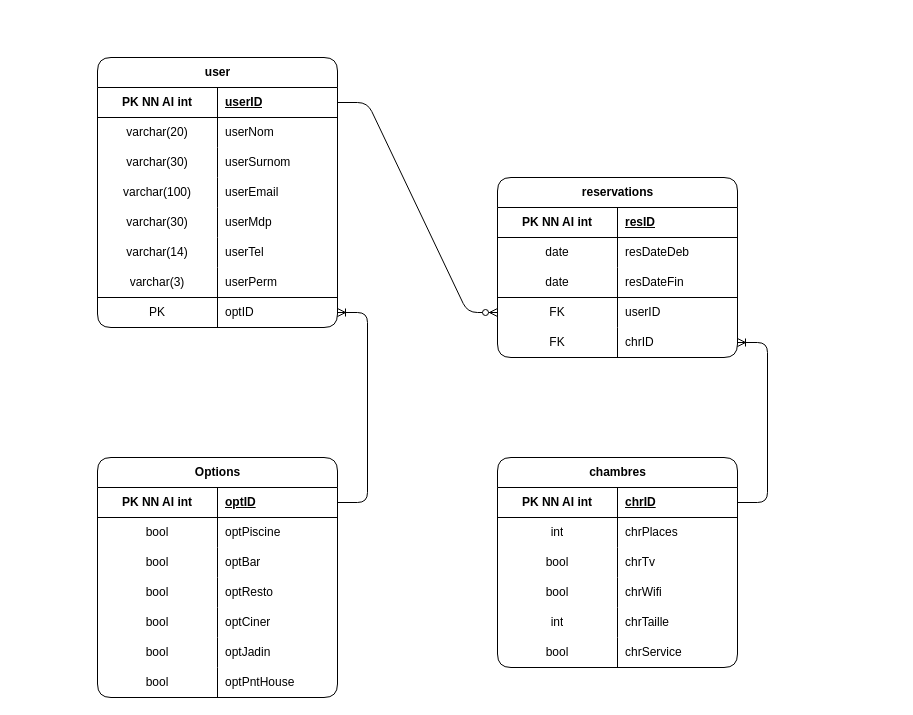
Earlier version of the draw.io diagram page "mld" (2 of 2) of config/bddMorningStar.drawio (Trex2007/morningStar). Source tidied: cells renumbered, new cells numbered last; positions are measured from the earlier drawing's top-left corner, leaving out a move shared by most shapes. Both pictures are drawn from the tidied source at 100%, with x=0, y=0 at pixel (97, 57).
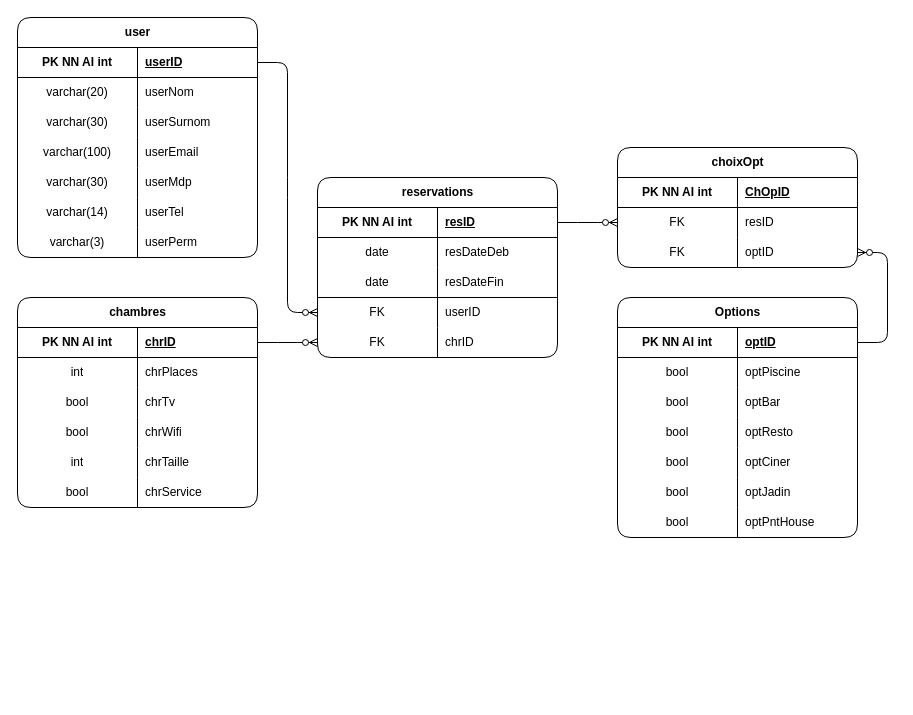
The same diagram, later.

Unchanged cells that the change refers to:
```xml
<mxCell id="3" style="shape=tableRow;horizontal=0;startSize=0;swimlaneHead=0;swimlaneBody=0;fillColor=none;points=[[0,0.5],[1,0.5]];portConstraint=eastwest;top=0;left=0;right=0;bottom=1;labelBackgroundColor=none;rounded=1;" parent="2" vertex="1">
  <mxGeometry y="30" width="240" height="30" as="geometry" />
</mxCell>
<mxCell id="28" style="shape=tableRow;horizontal=0;startSize=0;swimlaneHead=0;swimlaneBody=0;fillColor=none;points=[[0,0.5],[1,0.5]];portConstraint=eastwest;top=0;left=0;right=0;bottom=1;labelBackgroundColor=none;rounded=1;" parent="27" vertex="1">
  <mxGeometry y="30" width="240" height="30" as="geometry" />
</mxCell>
<mxCell id="37" style="shape=tableRow;horizontal=0;startSize=0;swimlaneHead=0;swimlaneBody=0;fillColor=none;points=[[0,0.5],[1,0.5]];portConstraint=eastwest;top=1;left=0;right=0;bottom=0;labelBackgroundColor=none;rounded=1;" parent="27" vertex="1">
  <mxGeometry y="120" width="240" height="30" as="geometry" />
</mxCell>
<mxCell id="40" style="shape=tableRow;horizontal=0;startSize=0;swimlaneHead=0;swimlaneBody=0;fillColor=none;points=[[0,0.5],[1,0.5]];portConstraint=eastwest;top=0;left=0;right=0;bottom=0;labelBackgroundColor=none;rounded=1;" parent="27" vertex="1">
  <mxGeometry y="150" width="240" height="30" as="geometry" />
</mxCell>
<mxCell id="44" style="shape=tableRow;horizontal=0;startSize=0;swimlaneHead=0;swimlaneBody=0;fillColor=none;points=[[0,0.5],[1,0.5]];portConstraint=eastwest;top=0;left=0;right=0;bottom=1;labelBackgroundColor=none;rounded=1;" parent="43" vertex="1">
  <mxGeometry y="30" width="240" height="30" as="geometry" />
</mxCell>
<mxCell id="63" style="shape=tableRow;horizontal=0;startSize=0;swimlaneHead=0;swimlaneBody=0;fillColor=none;points=[[0,0.5],[1,0.5]];portConstraint=eastwest;top=0;left=0;right=0;bottom=1;labelBackgroundColor=none;rounded=1;" parent="62" vertex="1">
  <mxGeometry y="30" width="240" height="30" as="geometry" />
</mxCell>
```

The edit, as a diff of the source:
```diff
@@
     <mxCell id="2" value="user" style="shape=table;startSize=30;childLayout=tableLayout;rowLines=0;fontStyle=1;align=center;html=1;labelBackgroundColor=none;rounded=1;" parent="1" vertex="1">
-      <mxGeometry width="240" height="270" as="geometry" />
+      <mxGeometry x="-80" y="-40" width="240" height="240" as="geometry" />
     </mxCell>
@@
-    <mxCell id="24" style="shape=tableRow;horizontal=0;startSize=0;swimlaneHead=0;swimlaneBody=0;fillColor=none;points=[[0,0.5],[1,0.5]];portConstraint=eastwest;top=1;left=0;right=0;bottom=0;labelBackgroundColor=none;rounded=1;swimlaneFillColor=none;" parent="2" vertex="1">
-      <mxGeometry y="240" width="240" height="30" as="geometry" />
-    </mxCell>
-    <mxCell id="25" value="PK" style="shape=partialRectangle;fillColor=none;top=0;left=0;bottom=0;right=0;overflow=hidden;whiteSpace=wrap;html=1;labelBackgroundColor=none;rounded=1;" parent="24" vertex="1">
-      <mxGeometry width="120" height="30" as="geometry" />
-    </mxCell>
-    <mxCell id="26" value="optID" style="shape=partialRectangle;fillColor=none;top=0;left=0;bottom=0;right=0;align=left;spacingLeft=6;overflow=hidden;whiteSpace=wrap;html=1;labelBackgroundColor=none;rounded=1;" parent="24" vertex="1">
-      <mxGeometry x="120" width="120" height="30" as="geometry" />
-    </mxCell>
     <mxCell id="27" value="reservations" style="shape=table;startSize=30;childLayout=tableLayout;rowLines=0;fontStyle=1;align=center;html=1;labelBackgroundColor=none;rounded=1;" parent="1" vertex="1">
-      <mxGeometry x="400" y="120" width="240" height="180" as="geometry" />
+      <mxGeometry x="220" y="120" width="240" height="180" as="geometry" />
     </mxCell>
@@
     <mxCell id="43" value="chambres" style="shape=table;startSize=30;childLayout=tableLayout;rowLines=0;fontStyle=1;align=center;html=1;labelBackgroundColor=none;rounded=1;" parent="1" vertex="1">
-      <mxGeometry x="400" y="400" width="240" height="210" as="geometry" />
+      <mxGeometry x="-80" y="240" width="240" height="210" as="geometry" />
     </mxCell>
@@
     <mxCell id="62" value="Options" style="shape=table;startSize=30;childLayout=tableLayout;rowLines=0;fontStyle=1;align=center;html=1;labelBackgroundColor=none;rounded=1;" parent="1" vertex="1">
-      <mxGeometry y="400" width="240" height="240" as="geometry" />
+      <mxGeometry x="520" y="240" width="240" height="240" as="geometry" />
     </mxCell>
@@
+    <mxCell id="85" style="edgeStyle=entityRelationEdgeStyle;fontSize=12;html=1;endArrow=ERzeroToMany;endFill=1;rounded=1;" parent="1" edge="1" source="3" target="37">
+      <mxGeometry relative="1" as="geometry" />
+    </mxCell>
+    <mxCell id="87" value="choixOpt" style="shape=table;startSize=30;childLayout=tableLayout;rowLines=0;fontStyle=1;align=center;html=1;labelBackgroundColor=none;rounded=1;" parent="1" vertex="1">
+      <mxGeometry x="520" y="90" width="240" height="120" as="geometry" />
+    </mxCell>
+    <mxCell id="88" style="shape=tableRow;horizontal=0;startSize=0;swimlaneHead=0;swimlaneBody=0;fillColor=none;top=0;left=0;right=0;bottom=1;labelBackgroundColor=none;rounded=1;" parent="87" vertex="1">
+      <mxGeometry y="30" width="240" height="30" as="geometry" />
+    </mxCell>
+    <mxCell id="89" value="PK NN AI int" style="shape=partialRectangle;fillColor=none;top=0;left=0;bottom=0;right=0;fontStyle=1;overflow=hidden;whiteSpace=wrap;html=1;labelBackgroundColor=none;rounded=1;" parent="88" vertex="1">
+      <mxGeometry width="120" height="30" as="geometry" />
+    </mxCell>
+    <mxCell id="90" value="ChOpID" style="shape=partialRectangle;fillColor=none;top=0;left=0;bottom=0;right=0;align=left;spacingLeft=6;fontStyle=5;overflow=hidden;whiteSpace=wrap;html=1;labelBackgroundColor=none;rounded=1;" parent="88" vertex="1">
+      <mxGeometry x="120" width="120" height="30" as="geometry" />
+    </mxCell>
+    <mxCell id="91" style="shape=tableRow;horizontal=0;startSize=0;swimlaneHead=0;swimlaneBody=0;fillColor=none;points=[[0,0.5],[1,0.5]];portConstraint=eastwest;top=1;left=0;right=0;bottom=0;labelBackgroundColor=none;rounded=1;" parent="87" vertex="1">
+      <mxGeometry y="60" width="240" height="30" as="geometry" />
+    </mxCell>
+    <mxCell id="92" value="FK" style="shape=partialRectangle;fillColor=none;top=0;left=0;bottom=0;right=0;overflow=hidden;whiteSpace=wrap;html=1;labelBackgroundColor=none;rounded=1;" parent="91" vertex="1">
+      <mxGeometry width="120" height="30" as="geometry" />
+    </mxCell>
+    <mxCell id="93" value="resID" style="shape=partialRectangle;fillColor=none;top=0;left=0;bottom=0;right=0;align=left;spacingLeft=6;overflow=hidden;whiteSpace=wrap;html=1;labelBackgroundColor=none;rounded=1;" parent="91" vertex="1">
+      <mxGeometry x="120" width="120" height="30" as="geometry" />
+    </mxCell>
+    <mxCell id="94" style="shape=tableRow;horizontal=0;startSize=0;swimlaneHead=0;swimlaneBody=0;fillColor=none;points=[[0,0.5],[1,0.5]];portConstraint=eastwest;top=0;left=0;right=0;bottom=0;labelBackgroundColor=none;rounded=1;" parent="87" vertex="1">
+      <mxGeometry y="90" width="240" height="30" as="geometry" />
+    </mxCell>
+    <mxCell id="95" value="FK" style="shape=partialRectangle;fillColor=none;top=0;left=0;bottom=0;right=0;overflow=hidden;whiteSpace=wrap;html=1;labelBackgroundColor=none;rounded=1;" parent="94" vertex="1">
+      <mxGeometry width="120" height="30" as="geometry" />
+    </mxCell>
+    <mxCell id="26" value="optID" style="shape=partialRectangle;fillColor=none;top=0;left=0;bottom=0;right=0;align=left;spacingLeft=6;overflow=hidden;whiteSpace=wrap;html=1;labelBackgroundColor=none;rounded=1;" parent="94" vertex="1">
+      <mxGeometry x="120" width="120" height="30" as="geometry" />
+    </mxCell>
+    <mxCell id="96" style="edgeStyle=entityRelationEdgeStyle;fontSize=12;html=1;endArrow=ERzeroToMany;endFill=1;rounded=1;" parent="1" edge="1" source="63" target="94">
+      <mxGeometry relative="1" as="geometry" />
+    </mxCell>
+    <mxCell id="97" style="edgeStyle=entityRelationEdgeStyle;fontSize=12;html=1;endArrow=ERzeroToMany;endFill=1;strokeColor=default;rounded=1;" parent="1" edge="1" source="28" target="91">
+      <mxGeometry relative="1" as="geometry" />
+    </mxCell>
-    <mxCell id="84" style="edgeStyle=entityRelationEdgeStyle;fontSize=12;html=1;endArrow=ERoneToMany;rounded=1;" parent="1" edge="1" source="44" target="40">
+    <mxCell id="84" style="edgeStyle=entityRelationEdgeStyle;fontSize=12;html=1;endArrow=ERzeroToMany;endFill=1;rounded=1;" parent="1" edge="1" source="44" target="40">
       <mxGeometry relative="1" as="geometry" />
     </mxCell>
-    <mxCell id="85" style="edgeStyle=entityRelationEdgeStyle;fontSize=12;html=1;endArrow=ERzeroToMany;endFill=1;rounded=1;" parent="1" edge="1" source="3" target="37">
-      <mxGeometry relative="1" as="geometry" />
-    </mxCell>
-    <mxCell id="86" style="edgeStyle=entityRelationEdgeStyle;fontSize=12;html=1;endArrow=ERoneToMany;rounded=1;" parent="1" edge="1" source="63" target="24">
-      <mxGeometry relative="1" as="geometry" />
-    </mxCell>
```
